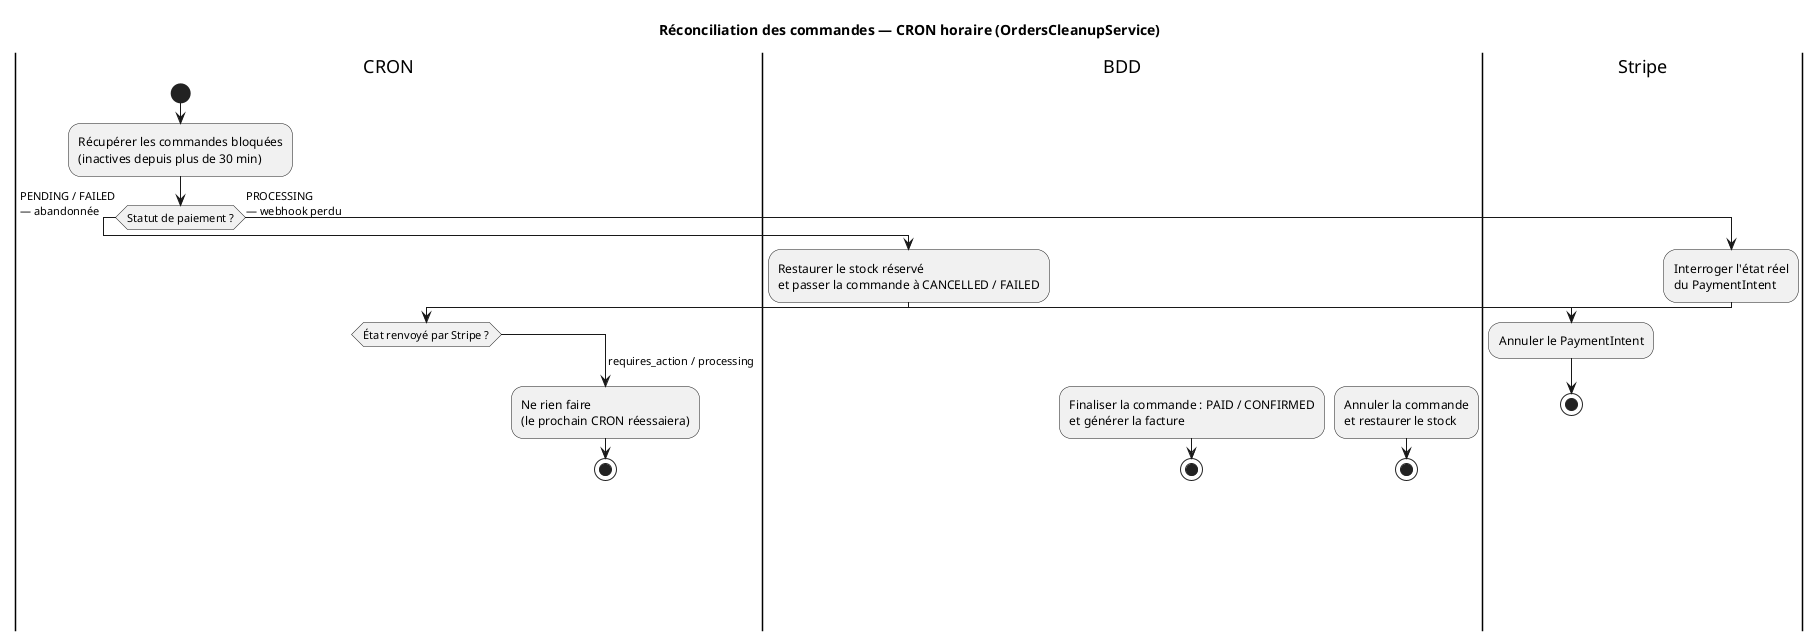
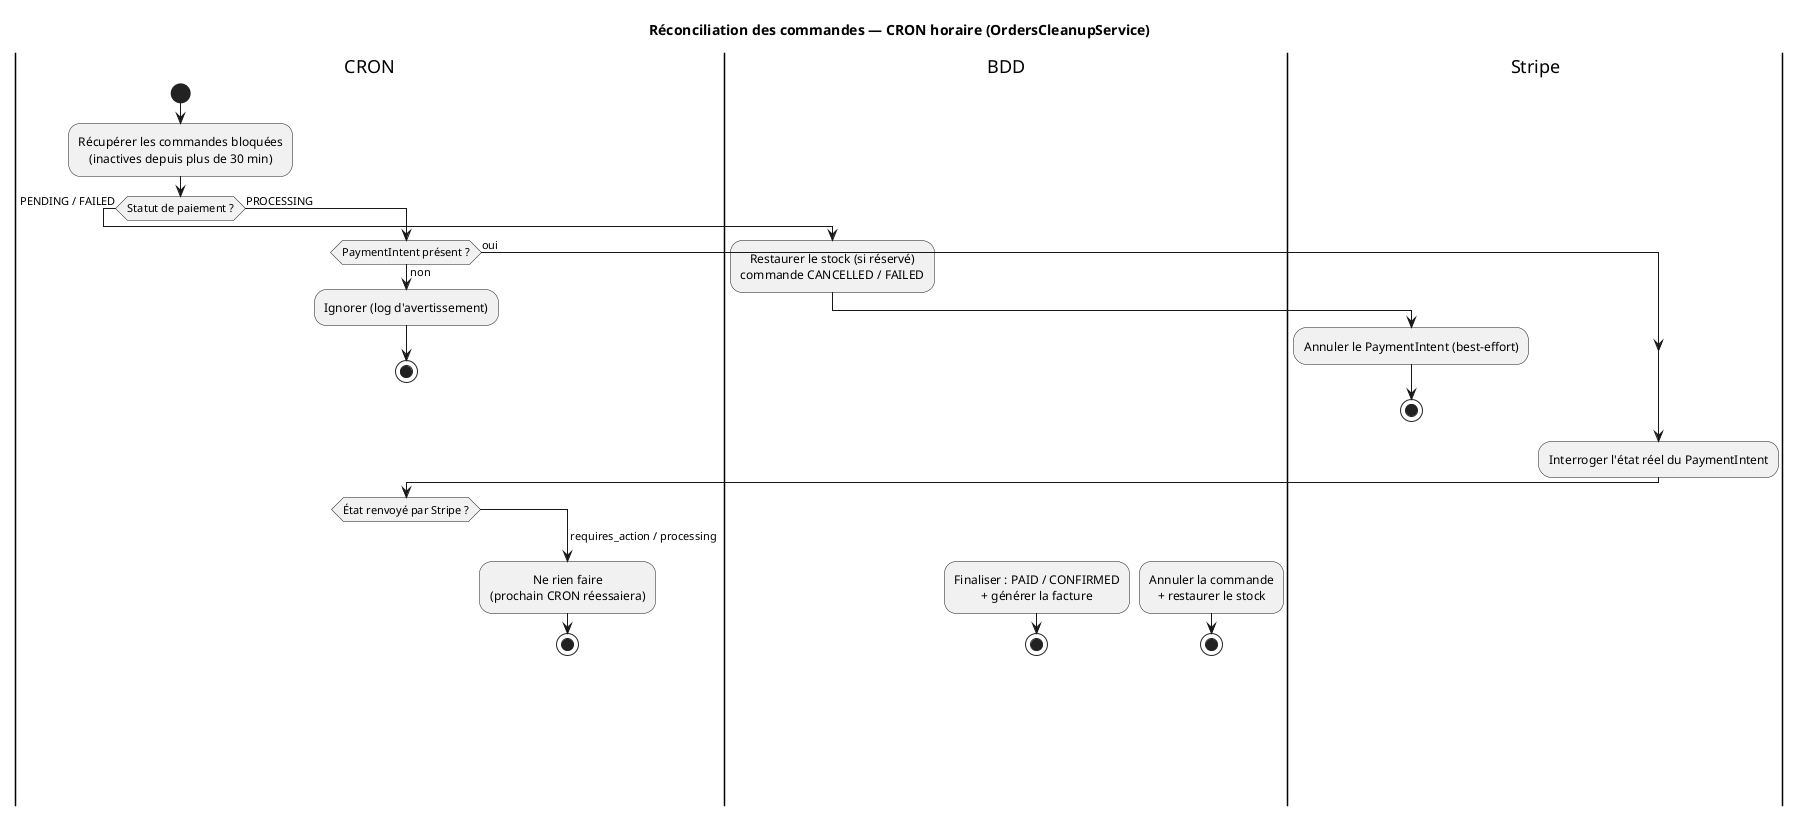
@startuml
- ' Diagramme d'ACTIVITÉ UML — réconciliation des commandes (CRON horaire)
- ' Rendu : coller sur https://www.planttext.com ou https://www.plantuml.com/plantuml
- ' Couloirs (swimlanes) : CRON · API Stripe · Base de données
+ ' Diagramme d'ACTIVITE UML - reconciliation des commandes (CRON horaire)
+ ' Rendu : https://www.planttext.com  ou  https://www.plantuml.com/plantuml
+ ' Couloirs : CRON | API Stripe | Base de donnees
+ skinparam defaultTextAlignment center
title Réconciliation des commandes — CRON horaire (OrdersCleanupService)

|CRON|
start
:Récupérer les commandes bloquées\n(inactives depuis plus de 30 min);
- if (Statut de paiement ?) then (PENDING / FAILED\n— abandonnée)
+ if (Statut de paiement ?) then (PENDING / FAILED)
  |BDD|
-   :Restaurer le stock réservé\net passer la commande à CANCELLED / FAILED;
+   :Restaurer le stock (si réservé)\ncommande CANCELLED / FAILED;
  |Stripe|
-   :Annuler le PaymentIntent;
+   :Annuler le PaymentIntent (best-effort);
  stop
- else (PROCESSING\n— webhook perdu)
+ else (PROCESSING)
+   |CRON|
+   if (PaymentIntent présent ?) then (non)
+     :Ignorer (log d'avertissement);
+     stop
+   else (oui)
+   endif
  |Stripe|
-   :Interroger l'état réel\ndu PaymentIntent;
+   :Interroger l'état réel du PaymentIntent;
  |CRON|
  switch (État renvoyé par Stripe ?)
  case ( succeeded )
    |BDD|
-     :Finaliser la commande : PAID / CONFIRMED\net générer la facture;
+     :Finaliser : PAID / CONFIRMED\n+ générer la facture;
    stop
  case ( canceled / failed )
    |BDD|
-     :Annuler la commande\net restaurer le stock;
+     :Annuler la commande\n+ restaurer le stock;
    stop
  case ( requires_action / processing )
    |CRON|
-     :Ne rien faire\n(le prochain CRON réessaiera);
+     :Ne rien faire\n(prochain CRON réessaiera);
    stop
  endswitch
endif
@enduml
